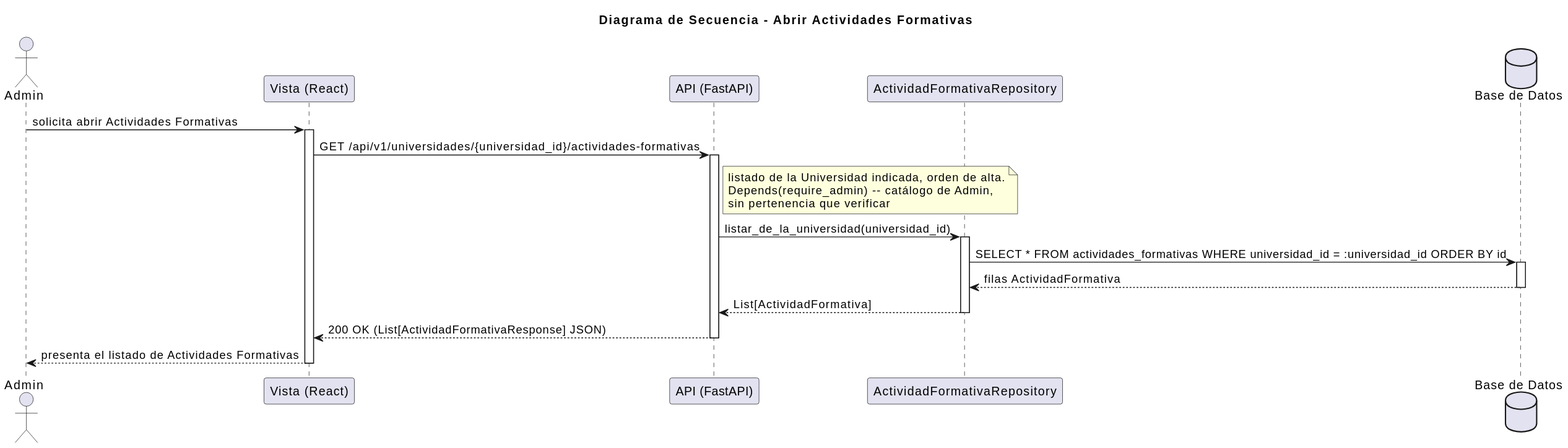
This is images/RUP/03-diseño/casos-uso/abrirActividadesFormativas/secuencia.svg from mmasias/pyCeldaPublico, a PlantUML export, as it was before one commit.
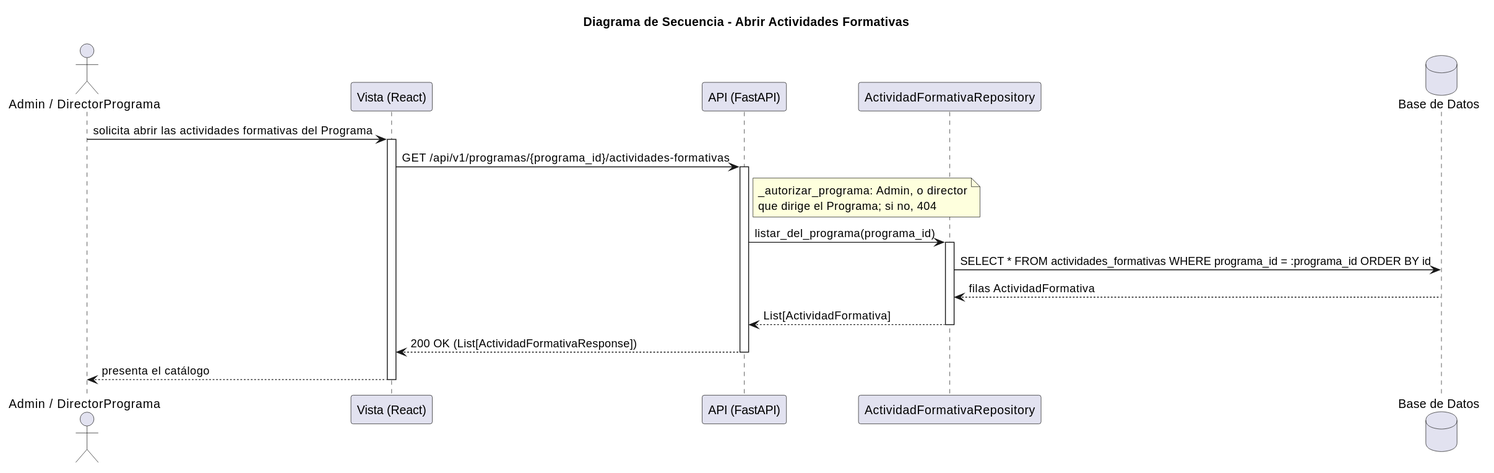
The same file after the commit.

Change to the diagram source:
```diff
@@ -1,27 +1,25 @@
 @startuml
 title Diagrama de Secuencia - Abrir Actividades Formativas
 
-actor "Admin" as Admin
+actor "Admin / DirectorPrograma" as Actor
 participant "Vista (React)" as Vista
 participant "API (FastAPI)" as API
-participant "ActividadFormativaRepository" as AFRepo
+participant "ActividadFormativaRepository" as Repo
 database "Base de Datos" as DB
 
-Admin -> Vista: solicita abrir Actividades Formativas
+Actor -> Vista: solicita abrir las actividades formativas del Programa
 activate Vista
-Vista -> API: GET /api/v1/universidades/{universidad_id}/actividades-formativas
+Vista -> API: GET /api/v1/programas/{programa_id}/actividades-formativas
 activate API
-note right of API: listado de la Universidad indicada, orden de alta.\nDepends(require_admin) -- catálogo de Admin,\nsin pertenencia que verificar
-API -> AFRepo: listar_de_la_universidad(universidad_id)
-activate AFRepo
-AFRepo -> DB: SELECT * FROM actividades_formativas WHERE universidad_id = :universidad_id ORDER BY id
-activate DB
-DB --> AFRepo: filas ActividadFormativa
-deactivate DB
-AFRepo --> API: List[ActividadFormativa]
-deactivate AFRepo
-API --> Vista: 200 OK (List[ActividadFormativaResponse] JSON)
+note right of API: _autorizar_programa: Admin, o director\nque dirige el Programa; si no, 404
+API -> Repo: listar_del_programa(programa_id)
+activate Repo
+Repo -> DB: SELECT * FROM actividades_formativas WHERE programa_id = :programa_id ORDER BY id
+DB --> Repo: filas ActividadFormativa
+Repo --> API: List[ActividadFormativa]
+deactivate Repo
+API --> Vista: 200 OK (List[ActividadFormativaResponse])
 deactivate API
-Vista --> Admin: presenta el listado de Actividades Formativas
+Vista --> Actor: presenta el catálogo
 deactivate Vista
 @enduml
```
